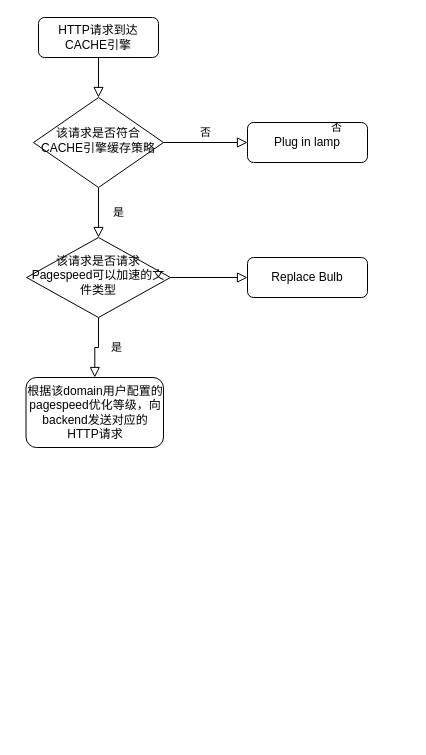
This is pagespeed.drawio from renhao1214/documents, a draw.io file, before an edit. Source tidied: cells renumbered, new cells numbered last; positions are measured from the earlier drawing's top-left corner, leaving out a move shared by most shapes. Both pictures are drawn from the tidied source at 100%, with x=0, y=0 at pixel (25, 17).
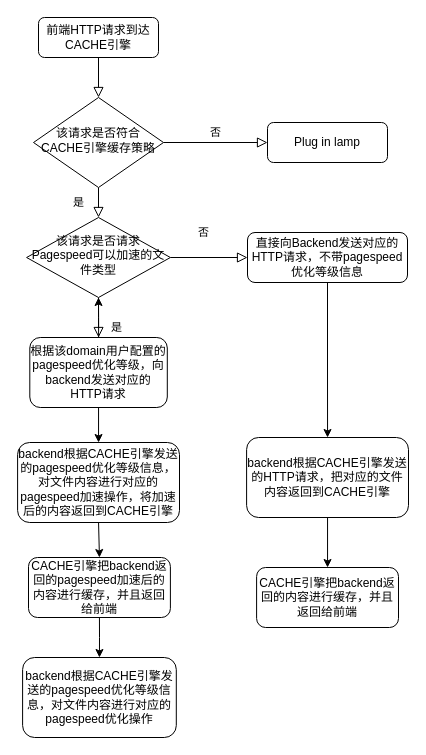
After the change.

The edit, as a diff of the source:
```diff
@@
-    <mxCell id="3" value="HTTP请求到达CACHE引擎" style="rounded=1;whiteSpace=wrap;html=1;fontSize=12;glass=0;strokeWidth=1;shadow=0;" parent="1" vertex="1">
+    <mxCell id="3" value="前端HTTP请求到达CACHE引擎" style="rounded=1;whiteSpace=wrap;html=1;fontSize=12;glass=0;strokeWidth=1;shadow=0;" parent="1" vertex="1">
       <mxGeometry x="13" width="120" height="40" as="geometry" />
     </mxCell>
@@
     <mxCell id="7" value="Plug in lamp" style="rounded=1;whiteSpace=wrap;html=1;fontSize=12;glass=0;strokeWidth=1;shadow=0;" parent="1" vertex="1">
-      <mxGeometry x="222" y="105" width="120" height="40" as="geometry" />
+      <mxGeometry x="242" y="105" width="120" height="40" as="geometry" />
     </mxCell>
@@
     <mxCell id="10" value="该请求是否请求Pagespeed可以加速的文件类型" style="rhombus;whiteSpace=wrap;html=1;shadow=0;fontFamily=Helvetica;fontSize=12;align=center;strokeWidth=1;spacing=6;spacingTop=-4;" parent="1" vertex="1">
-      <mxGeometry x="1.1" y="220" width="143.8" height="80" as="geometry" />
+      <mxGeometry x="1.1" y="200" width="143.8" height="80" as="geometry" />
     </mxCell>
+    <mxCell id="13" style="edgeStyle=orthogonalEdgeStyle;rounded=0;jettySize=auto;html=1;" parent="1" edge="1" source="11" target="10">
+      <mxGeometry relative="1" as="geometry" />
+    </mxCell>
+    <mxCell id="14" style="edgeStyle=orthogonalEdgeStyle;rounded=0;jettySize=auto;html=1;exitX=0.5;exitY=1;exitDx=0;exitDy=0;entryX=0.5;entryY=0;entryDx=0;entryDy=0;" parent="1" edge="1" source="11" target="16">
+      <mxGeometry relative="1" as="geometry" />
+    </mxCell>
     <mxCell id="11" value="根据该domain用户配置的pagespeed优化等级，向backend发送对应的HTTP请求" style="rounded=1;whiteSpace=wrap;html=1;fontSize=12;glass=0;strokeWidth=1;shadow=0;" parent="1" vertex="1">
-      <mxGeometry x="0.5" y="360" width="137.5" height="70" as="geometry" />
+      <mxGeometry x="4.3" y="320" width="137.5" height="70" as="geometry" />
     </mxCell>
+    <mxCell id="15" style="edgeStyle=orthogonalEdgeStyle;rounded=0;jettySize=auto;html=1;entryX=0.5;entryY=0;entryDx=0;entryDy=0;" parent="1" edge="1" source="12" target="23">
+      <mxGeometry relative="1" as="geometry" />
+    </mxCell>
-    <mxCell id="12" value="Replace Bulb" style="rounded=1;whiteSpace=wrap;html=1;fontSize=12;glass=0;strokeWidth=1;shadow=0;" parent="1" vertex="1">
-      <mxGeometry x="222" y="240" width="120" height="40" as="geometry" />
+    <mxCell id="12" value="直接向Backend发送对应的HTTP请求，不带pagespeed优化等级信息" style="rounded=1;whiteSpace=wrap;html=1;fontSize=12;glass=0;strokeWidth=1;shadow=0;" parent="1" vertex="1">
+      <mxGeometry x="222" y="215" width="160" height="50" as="geometry" />
     </mxCell>
+    <mxCell id="16" value="backend根据CACHE引擎发送的pagespeed优化等级信息，对文件内容进行对应的pagespeed加速操作，将加速后的内容返回到CACHE引擎" style="rounded=1;whiteSpace=wrap;html=1;fontSize=12;glass=0;strokeWidth=1;shadow=0;" parent="1" vertex="1">
+      <mxGeometry x="-7.9" y="425" width="161.9" height="80" as="geometry" />
+    </mxCell>
+    <mxCell id="17" style="edgeStyle=orthogonalEdgeStyle;rounded=0;jettySize=auto;html=1;entryX=0.5;entryY=0;entryDx=0;entryDy=0;exitX=0.5;exitY=1;exitDx=0;exitDy=0;" parent="1" edge="1" source="16" target="18">
+      <mxGeometry relative="1" as="geometry" />
+    </mxCell>
+    <mxCell id="18" value="CACHE引擎把backend返回的pagespeed加速后的内容进行缓存，并且返回给前端" style="rounded=1;whiteSpace=wrap;html=1;fontSize=12;glass=0;strokeWidth=1;shadow=0;" parent="1" vertex="1">
+      <mxGeometry x="3" y="540" width="141.9" height="60" as="geometry" />
+    </mxCell>
+    <mxCell id="19" style="edgeStyle=orthogonalEdgeStyle;rounded=0;jettySize=auto;html=1;entryX=0.5;entryY=0;entryDx=0;entryDy=0;exitX=0.5;exitY=1;exitDx=0;exitDy=0;" parent="1" edge="1" source="18" target="20">
+      <mxGeometry relative="1" as="geometry" />
+    </mxCell>
+    <mxCell id="20" value="backend根据CACHE引擎发送的pagespeed优化等级信息，对文件内容进行对应的pagespeed优化操作" style="rounded=1;whiteSpace=wrap;html=1;fontSize=12;glass=0;strokeWidth=1;shadow=0;" parent="1" vertex="1">
+      <mxGeometry x="-2.9" y="640" width="153.7" height="80" as="geometry" />
+    </mxCell>
+    <mxCell id="21" value="CACHE引擎把backend返回的内容进行缓存，并且返回给前端" style="rounded=1;whiteSpace=wrap;html=1;fontSize=12;glass=0;strokeWidth=1;shadow=0;" parent="1" vertex="1">
+      <mxGeometry x="231.1" y="550" width="141.9" height="60" as="geometry" />
+    </mxCell>
+    <mxCell id="22" style="edgeStyle=orthogonalEdgeStyle;rounded=0;jettySize=auto;html=1;" parent="1" edge="1" source="23" target="21">
+      <mxGeometry relative="1" as="geometry" />
+    </mxCell>
+    <mxCell id="23" value="&lt;div&gt;backend根据CACHE引擎发送的HTTP请求，把对应的文件内容返回到CACHE引擎&lt;/div&gt;" style="rounded=1;whiteSpace=wrap;html=1;fontSize=12;glass=0;strokeWidth=1;shadow=0;" parent="1" vertex="1">
+      <mxGeometry x="221.1" y="420" width="161.9" height="80" as="geometry" />
+    </mxCell>
```
